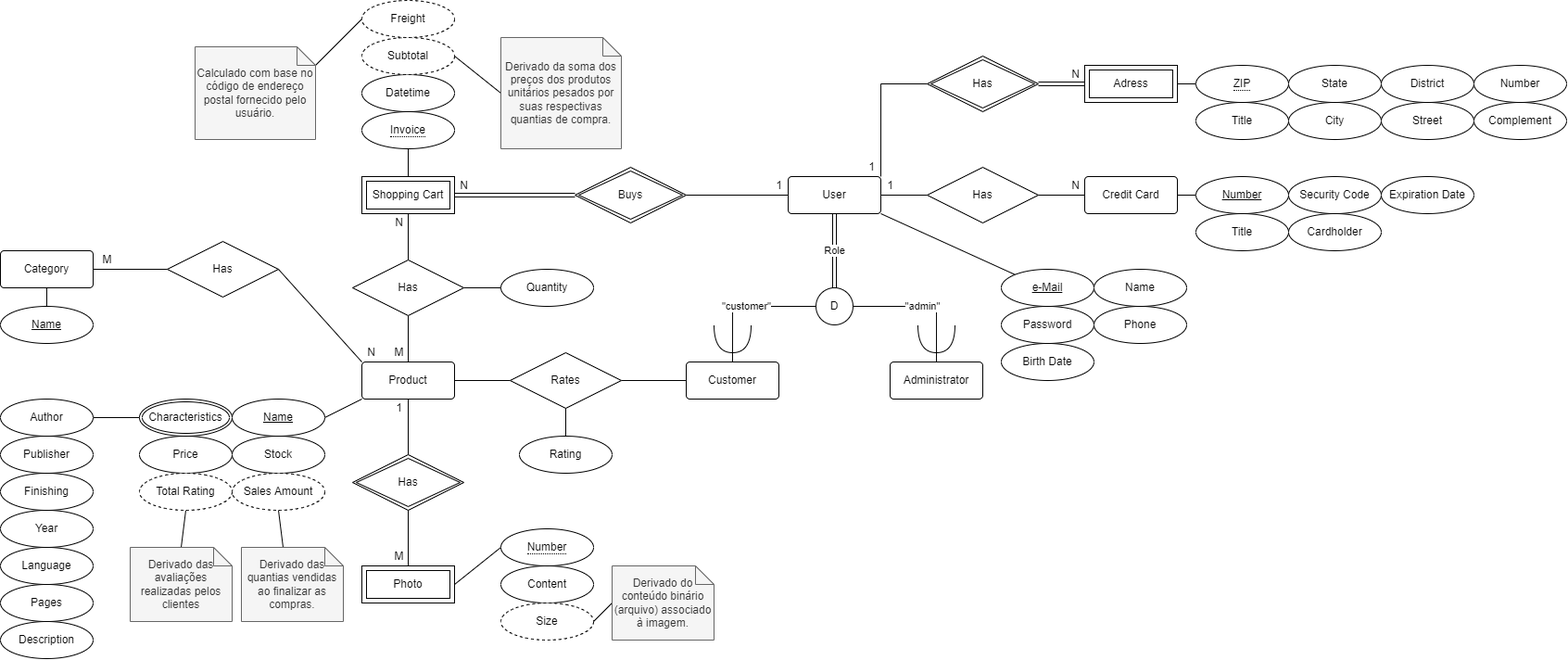
Before: github/MER.png, a diagram exported from draw.io (jlrconstantino/bookstore-ecommerce). Source tidied: cells renumbered, new cells last; positions are measured from the earlier drawing's top-left corner, leaving out a move shared by most shapes.
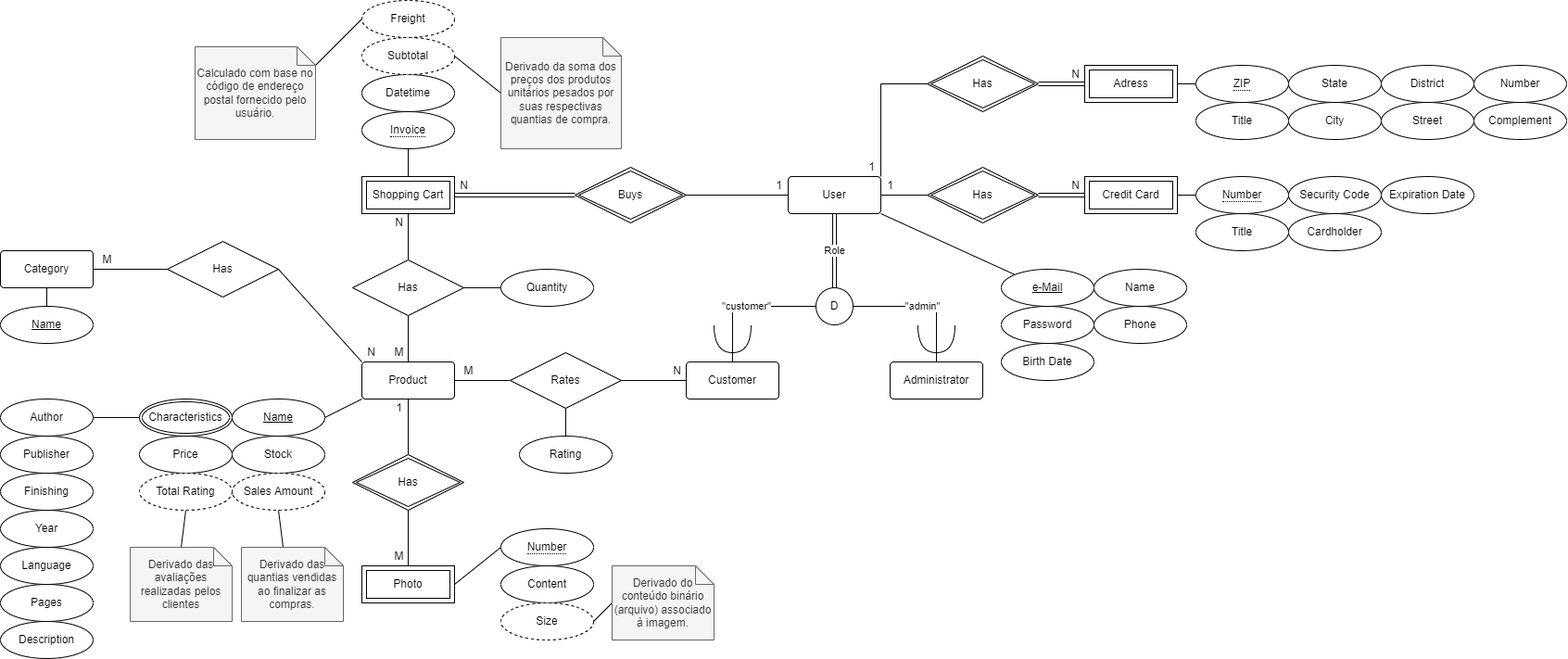
The same file after the commit.

What changed in the source:
```diff
@@ -2,9 +2,6 @@
   <root>
     <mxCell id="0" />
     <mxCell id="1" parent="0" />
-    <mxCell id="2" style="rounded=0;jettySize=auto;html=1;endArrow=none;endFill=0;elbow=vertical;startArrow=none;exitX=1;exitY=0.5;exitDx=0;exitDy=0;entryX=0;entryY=0.5;entryDx=0;entryDy=0;" parent="1" edge="1" source="5" target="37">
-      <mxGeometry relative="1" as="geometry" />
-    </mxCell>
     <mxCell id="3" style="edgeStyle=none;rounded=0;jettySize=auto;html=1;exitX=0;exitY=0.5;exitDx=0;exitDy=0;entryX=1;entryY=0.5;entryDx=0;entryDy=0;endArrow=none;endFill=0;elbow=vertical;" parent="1" edge="1" source="5" target="48">
       <mxGeometry relative="1" as="geometry" />
     </mxCell>
@@ -118,27 +115,12 @@
     <mxCell id="35" value="Complement" style="ellipse;whiteSpace=wrap;html=1;align=center;" parent="1" vertex="1">
       <mxGeometry x="1590" y="110" width="100" height="40" as="geometry" />
     </mxCell>
-    <mxCell id="36" style="edgeStyle=orthogonalEdgeStyle;rounded=0;jettySize=auto;html=1;exitX=1;exitY=0.5;exitDx=0;exitDy=0;entryX=0;entryY=0.5;entryDx=0;entryDy=0;endArrow=none;endFill=0;elbow=vertical;" parent="1" edge="1" source="37" target="39">
-      <mxGeometry relative="1" as="geometry" />
-    </mxCell>
-    <mxCell id="37" value="Has" style="shape=rhombus;perimeter=rhombusPerimeter;whiteSpace=wrap;html=1;align=center;" parent="1" vertex="1">
-      <mxGeometry x="1000" y="180" width="120" height="60" as="geometry" />
-    </mxCell>
-    <mxCell id="38" style="edgeStyle=orthogonalEdgeStyle;rounded=0;jettySize=auto;html=1;exitX=1;exitY=0.5;exitDx=0;exitDy=0;entryX=0;entryY=0.5;entryDx=0;entryDy=0;endArrow=none;endFill=0;elbow=vertical;" parent="1" edge="1" source="39" target="42">
-      <mxGeometry relative="1" as="geometry" />
-    </mxCell>
-    <mxCell id="39" value="Credit Card" style="rounded=1;arcSize=10;whiteSpace=wrap;html=1;align=center;" parent="1" vertex="1">
-      <mxGeometry x="1170" y="190" width="100" height="40" as="geometry" />
-    </mxCell>
     <mxCell id="40" value="N" style="text;html=1;align=center;verticalAlign=middle;strokeColor=none;fillColor=none;" parent="1" vertex="1">
       <mxGeometry x="1150" y="190" width="20" height="20" as="geometry" />
     </mxCell>
     <mxCell id="41" value="Security Code" style="ellipse;whiteSpace=wrap;html=1;align=center;" parent="1" vertex="1">
       <mxGeometry x="1390" y="190" width="100" height="40" as="geometry" />
     </mxCell>
-    <mxCell id="42" value="Number" style="ellipse;whiteSpace=wrap;html=1;align=center;fontStyle=4;" parent="1" vertex="1">
-      <mxGeometry x="1290" y="190" width="100" height="40" as="geometry" />
-    </mxCell>
     <mxCell id="43" value="Expiration Date" style="ellipse;whiteSpace=wrap;html=1;align=center;" parent="1" vertex="1">
       <mxGeometry x="1490" y="190" width="100" height="40" as="geometry" />
     </mxCell>
@@ -343,5 +325,29 @@
     <mxCell id="110" value="Description" style="ellipse;whiteSpace=wrap;html=1;align=center;" parent="1" vertex="1">
       <mxGeometry y="670" width="100" height="40" as="geometry" />
     </mxCell>
+    <mxCell id="111" style="edgeStyle=orthogonalEdgeStyle;rounded=0;jettySize=auto;html=1;exitX=0;exitY=0.5;exitDx=0;exitDy=0;entryX=1;entryY=0.5;entryDx=0;entryDy=0;endArrow=none;endFill=0;shape=link;" parent="1" edge="1" source="39" target="37">
+      <mxGeometry relative="1" as="geometry" />
+    </mxCell>
+    <mxCell id="39" value="Credit Card" style="shape=ext;margin=3;double=1;whiteSpace=wrap;html=1;align=center;" parent="1" vertex="1">
+      <mxGeometry x="1170" y="190" width="100" height="40" as="geometry" />
+    </mxCell>
+    <mxCell id="112" style="edgeStyle=orthogonalEdgeStyle;rounded=0;jettySize=auto;html=1;exitX=0;exitY=0.5;exitDx=0;exitDy=0;entryX=1;entryY=0.5;entryDx=0;entryDy=0;endArrow=none;endFill=0;" parent="1" edge="1" source="42" target="39">
+      <mxGeometry relative="1" as="geometry" />
+    </mxCell>
+    <mxCell id="42" value="&lt;span style=&quot;border-bottom: 1px dotted&quot;&gt;Number&lt;/span&gt;" style="ellipse;whiteSpace=wrap;html=1;align=center;" parent="1" vertex="1">
+      <mxGeometry x="1290" y="190" width="100" height="40" as="geometry" />
+    </mxCell>
+    <mxCell id="113" style="edgeStyle=orthogonalEdgeStyle;rounded=0;jettySize=auto;html=1;exitX=0;exitY=0.5;exitDx=0;exitDy=0;entryX=1;entryY=0.5;entryDx=0;entryDy=0;endArrow=none;endFill=0;" parent="1" edge="1" source="37" target="5">
+      <mxGeometry relative="1" as="geometry" />
+    </mxCell>
+    <mxCell id="37" value="Has" style="shape=rhombus;double=1;perimeter=rhombusPerimeter;whiteSpace=wrap;html=1;align=center;" parent="1" vertex="1">
+      <mxGeometry x="1000" y="180" width="120" height="60" as="geometry" />
+    </mxCell>
+    <mxCell id="114" value="N" style="text;html=1;align=center;verticalAlign=middle;strokeColor=none;fillColor=none;" parent="1" vertex="1">
+      <mxGeometry x="720" y="390" width="20" height="20" as="geometry" />
+    </mxCell>
+    <mxCell id="115" value="M" style="text;html=1;align=center;verticalAlign=middle;strokeColor=none;fillColor=none;" parent="1" vertex="1">
+      <mxGeometry x="490" y="390" width="30" height="20" as="geometry" />
+    </mxCell>
   </root>
 </mxGraphModel>
```
